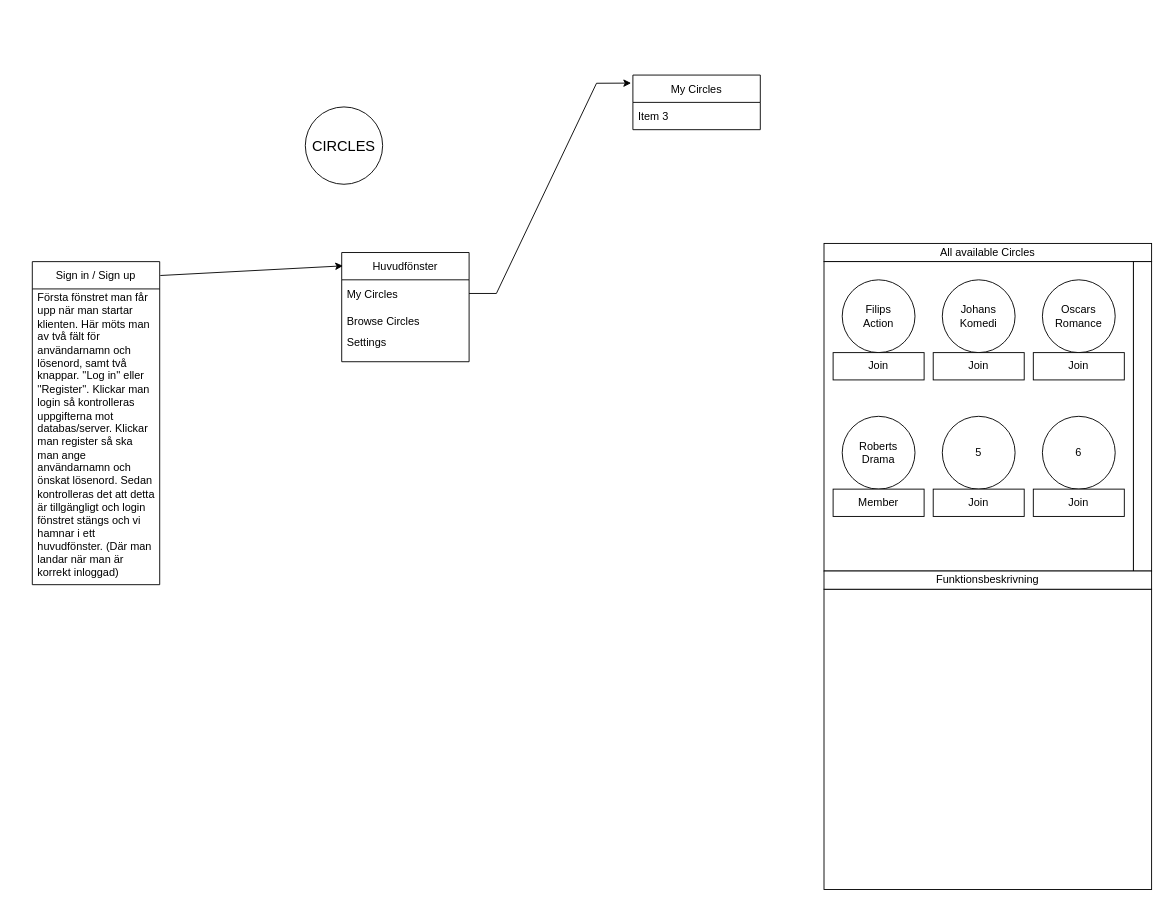
Before: Diagrams/mindmap.drawio in johanbergfalk/DAT055_circles, a draw.io diagram. Source tidied: cells renumbered, new cells numbered last; positions are measured from the earlier drawing's top-left corner, leaving out a move shared by most shapes. Both pictures are drawn from the tidied source at 91%, with x=0, y=0 at pixel (32, 75).
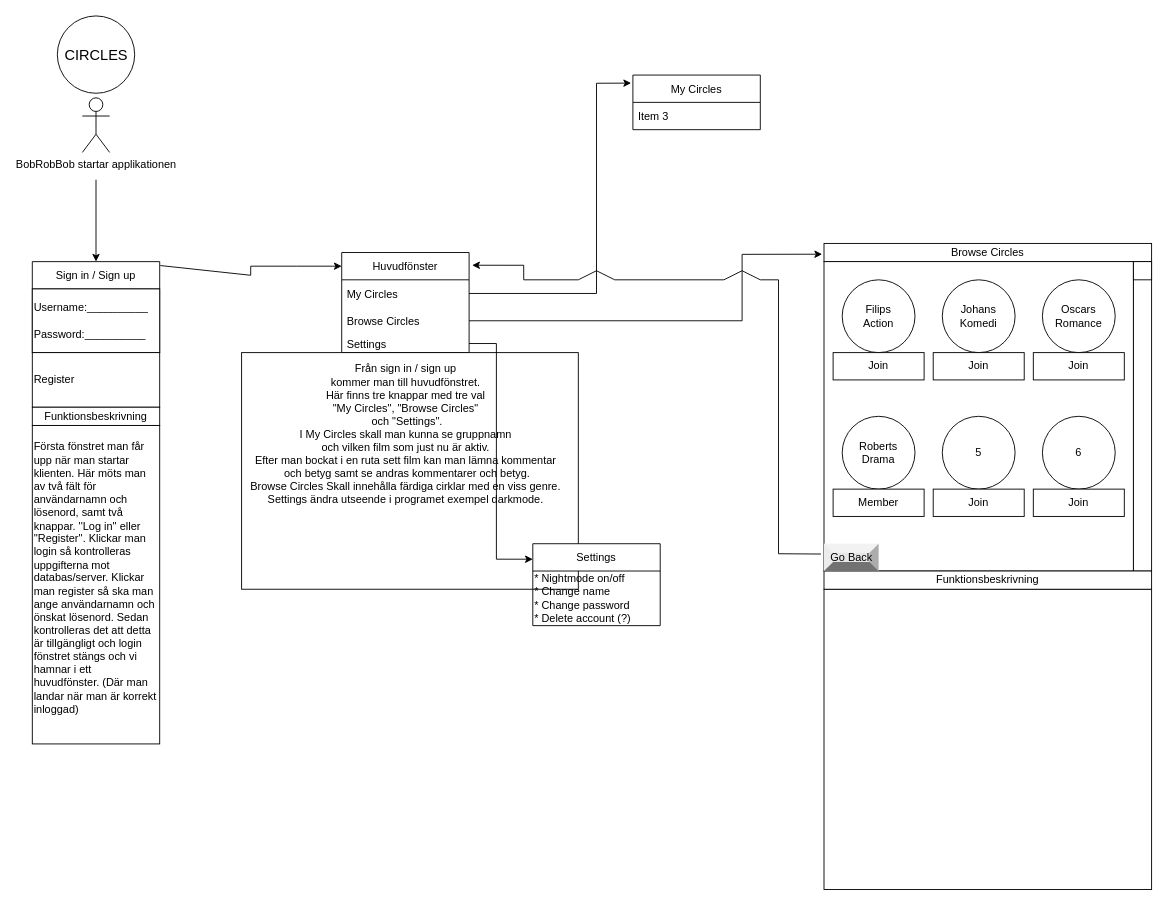
Above is the later version.

Unchanged cells that the change refers to:
```xml
<mxCell id="6" value="My Circles" style="text;strokeColor=none;fillColor=none;align=left;verticalAlign=middle;spacingLeft=4;spacingRight=4;overflow=hidden;points=[[0,0.5],[1,0.5]];portConstraint=eastwest;" parent="5" vertex="1">
  <mxGeometry y="30" width="140" height="30" as="geometry" />
</mxCell>
<mxCell id="7" value="Browse Circles" style="text;strokeColor=none;fillColor=none;align=left;verticalAlign=middle;spacingLeft=4;spacingRight=4;overflow=hidden;points=[[0,0.5],[1,0.5]];portConstraint=eastwest;" parent="5" vertex="1">
  <mxGeometry y="60" width="140" height="30" as="geometry" />
</mxCell>
<mxCell id="11" value="My Circles" style="swimlane;fontStyle=0;horizontal=1;startSize=30;" parent="1" vertex="1">
  <mxGeometry x="660" width="140" height="60" as="geometry" />
</mxCell>
<mxCell id="13" style="whiteSpace=wrap;html=1;" parent="1" vertex="1">
  <mxGeometry x="870" y="205" width="340" height="340" as="geometry" />
</mxCell>
```

Change to the diagram source:
```diff
@@
     <mxCell id="2" value="CIRCLES" style="ellipse;whiteSpace=wrap;html=1;rounded=0;fontSize=16;strokeColor=#000000;fillColor=#FFFFFF;" parent="1" vertex="1">
-      <mxGeometry x="300" y="35" width="85" height="85" as="geometry" />
+      <mxGeometry x="27.5" y="-65" width="85" height="85" as="geometry" />
     </mxCell>
     <mxCell id="3" value="Sign in / Sign up" style="swimlane;fontStyle=0;horizontal=1;startSize=30;" parent="1" vertex="1">
-      <mxGeometry y="205" width="140" height="355" as="geometry" />
+      <mxGeometry y="205" width="140" height="100" as="geometry" />
     </mxCell>
-    <mxCell id="4" value="Första fönstret man får upp när man startar klienten. Här möts man av två fält för användarnamn och lösenord, samt två knappar. ''Log in'' eller ''Register''. Klickar man login så kontrolleras uppgifterna mot databas/server. Klickar man register så ska man ange användarnamn och önskat lösenord. Sedan kontrolleras det att detta är tillgängligt och login fönstret stängs och vi hamnar i ett huvudfönster. (Där man landar när man är korrekt inloggad)&#10;" style="text;strokeColor=none;fillColor=none;align=left;verticalAlign=middle;spacingLeft=4;spacingRight=4;overflow=hidden;whiteSpace=wrap;" parent="3" vertex="1">
-      <mxGeometry y="30" width="140" height="325" as="geometry" />
-    </mxCell>
+    <mxCell id="30" value="Username:__________&lt;br&gt;&lt;br&gt;Password:__________" style="rounded=0;whiteSpace=wrap;html=1;align=left;" parent="3" vertex="1">
+      <mxGeometry y="30" width="140" height="70" as="geometry" />
+    </mxCell>
     <mxCell id="5" value="Huvudfönster" style="swimlane;fontStyle=0;horizontal=1;startSize=30;" parent="1" vertex="1">
-      <mxGeometry x="340" y="195" width="140" height="120" as="geometry" />
+      <mxGeometry x="340" y="195" width="140" height="110" as="geometry" />
     </mxCell>
@@
-    <mxCell id="8" value="Settings&#10;" style="text;strokeColor=none;fillColor=none;align=left;verticalAlign=middle;spacingLeft=4;spacingRight=4;overflow=hidden;points=[[0,0.5],[1,0.5]];portConstraint=eastwest;" parent="5" vertex="1">
-      <mxGeometry y="90" width="140" height="30" as="geometry" />
+    <mxCell id="8" value="Settings " style="text;strokeColor=none;fillColor=none;align=left;verticalAlign=middle;spacingLeft=4;spacingRight=4;overflow=hidden;points=[[0,0.5],[1,0.5]];portConstraint=eastwest;" parent="5" vertex="1">
+      <mxGeometry y="90" width="140" height="20" as="geometry" />
     </mxCell>
-    <mxCell id="9" style="endArrow=classic;html=1;rounded=0;exitX=1.005;exitY=0.043;exitDx=0;exitDy=0;exitPerimeter=0;entryX=0.01;entryY=0.122;entryDx=0;entryDy=0;entryPerimeter=0;" parent="1" edge="1" source="3" target="5">
-      <mxGeometry relative="1" as="geometry" />
+    <mxCell id="9" style="endArrow=classic;html=1;rounded=0;exitX=1.005;exitY=0.043;exitDx=0;exitDy=0;exitPerimeter=0;" parent="1" edge="1" source="3">
+      <mxGeometry relative="1" as="geometry">
+        <mxPoint x="340" y="210" as="targetPoint" />
+        <Array as="points">
+          <mxPoint x="240" y="220" />
+          <mxPoint x="240" y="210" />
+          <mxPoint x="290" y="210" />
+          <mxPoint x="330" y="210" />
+        </Array>
+      </mxGeometry>
     </mxCell>
-    <mxCell id="10" value="All available Circles" style="rounded=0;whiteSpace=wrap;html=1;" parent="1" vertex="1">
+    <mxCell id="10" value="Browse Circles" style="rounded=0;whiteSpace=wrap;html=1;" parent="1" vertex="1">
       <mxGeometry x="870" y="185" width="360" height="20" as="geometry" />
     </mxCell>
@@
     <mxCell id="14" style="endArrow=classic;html=1;rounded=0;entryX=-0.014;entryY=0.147;entryDx=0;entryDy=0;entryPerimeter=0;exitX=1;exitY=0.5;exitDx=0;exitDy=0;" parent="1" edge="1" source="6" target="11">
       <mxGeometry relative="1" as="geometry">
         <Array as="points">
-          <mxPoint x="510" y="240" />
+          <mxPoint x="620" y="240" />
           <mxPoint x="620" y="9" />
         </Array>
       </mxGeometry>
     </mxCell>
@@
+    <mxCell id="31" style="endArrow=classic;html=1;rounded=0;exitX=1;exitY=0.5;exitDx=0;exitDy=0;entryX=-0.006;entryY=-0.024;entryDx=0;entryDy=0;entryPerimeter=0;" parent="1" edge="1" source="7" target="13">
+      <mxGeometry relative="1" as="geometry">
+        <Array as="points">
+          <mxPoint x="780" y="270" />
+          <mxPoint x="780" y="197" />
+        </Array>
+      </mxGeometry>
+    </mxCell>
+    <mxCell id="32" style="rounded=0;whiteSpace=wrap;html=1;" parent="1" vertex="1">
+      <mxGeometry x="1210" y="205" width="20" height="20" as="geometry" />
+    </mxCell>
+    <mxCell id="33" value="BobRobBob startar applikationen" style="shape=umlActor;verticalLabelPosition=bottom;verticalAlign=top;html=1;" parent="1" vertex="1">
+      <mxGeometry x="55" y="25" width="30" height="60" as="geometry" />
+    </mxCell>
+    <mxCell id="34" style="endArrow=classic;html=1;rounded=0;entryX=0.5;entryY=0;entryDx=0;entryDy=0;" parent="1" edge="1" target="3">
+      <mxGeometry relative="1" as="geometry">
+        <mxPoint x="70" y="115" as="sourcePoint" />
+      </mxGeometry>
+    </mxCell>
+    <mxCell id="35" style="rounded=0;whiteSpace=wrap;html=1;" parent="1" vertex="1">
+      <mxGeometry x="230" y="305" width="370" height="260" as="geometry" />
+    </mxCell>
+    <mxCell id="4" value="Första fönstret man får upp när man startar klienten. Här möts man av två fält för användarnamn och lösenord, samt två knappar. ''Log in'' eller ''Register''. Klickar man login så kontrolleras uppgifterna mot databas/server. Klickar man register så ska man ange användarnamn och önskat lösenord. Sedan kontrolleras det att detta är tillgängligt och login fönstret stängs och vi hamnar i ett huvudfönster. (Där man landar när man är korrekt inloggad)&lt;div style=&quot;padding: 0px ; margin: 0px&quot;&gt;&lt;br style=&quot;padding: 0px ; margin: 0px&quot;&gt;&lt;/div&gt;" style="rounded=0;whiteSpace=wrap;html=1;align=left;" parent="1" vertex="1">
+      <mxGeometry y="385" width="140" height="350" as="geometry" />
+    </mxCell>
+    <mxCell id="36" value="Från sign in / sign up&lt;br&gt;kommer man till huvudfönstret. &lt;br&gt;Här finns tre knappar med tre val&lt;br&gt;&quot;My Circles&quot;, &quot;Browse Circles&quot;&lt;br&gt;&amp;nbsp;och &quot;Settings&quot;.&lt;br&gt;I My Circles skall man kunna se gruppnamn &lt;br&gt;och vilken film som just nu är aktiv. &lt;br&gt;Efter man bockat i en ruta sett film kan man lämna kommentar&lt;br&gt;&amp;nbsp;och betyg samt se andras kommentarer och betyg. &lt;br&gt;Browse Circles Skall innehålla färdiga cirklar med en viss genre.&lt;br&gt;Settings ändra utseende i programet exempel darkmode." style="text;html=1;align=center;verticalAlign=middle;strokeColor=none;fillColor=none;" parent="1" vertex="1">
+      <mxGeometry x="230" y="315" width="360" height="160" as="geometry" />
+    </mxCell>
+    <mxCell id="37" value="Go Back" style="labelPosition=center;verticalLabelPosition=middle;align=center;html=1;shape=mxgraph.basic.shaded_button;dx=10;fillColor=#E6E6E6;strokeColor=none;" parent="1" vertex="1">
+      <mxGeometry x="870" y="515" width="60" height="30" as="geometry" />
+    </mxCell>
+    <mxCell id="38" value="Register" style="rounded=0;whiteSpace=wrap;html=1;align=left;" parent="1" vertex="1">
+      <mxGeometry y="305" width="140" height="60" as="geometry" />
+    </mxCell>
+    <mxCell id="39" value="Settings" style="swimlane;fontStyle=0;horizontal=1;startSize=30;" parent="1" vertex="1">
+      <mxGeometry x="550" y="515" width="140" height="90" as="geometry" />
+    </mxCell>
+    <mxCell id="40" value="* Nightmode on/off&lt;br&gt;* Change name&lt;br&gt;* Change password&lt;br&gt;* Delete account (?)" style="text;html=1;align=left;verticalAlign=middle;strokeColor=none;fillColor=none;" parent="39" vertex="1">
+      <mxGeometry y="30" width="140" height="60" as="geometry" />
+    </mxCell>
+    <mxCell id="41" value="Funktionsbeskrivning" style="rounded=0;whiteSpace=wrap;html=1;" parent="1" vertex="1">
+      <mxGeometry y="365" width="140" height="20" as="geometry" />
+    </mxCell>
+    <mxCell id="42" style="endArrow=classic;html=1;rounded=0;exitX=-0.056;exitY=0.378;exitDx=0;exitDy=0;exitPerimeter=0;entryX=1.024;entryY=0.127;entryDx=0;entryDy=0;entryPerimeter=0;" parent="1" edge="1" source="37" target="5">
+      <mxGeometry relative="1" as="geometry">
+        <Array as="points">
+          <mxPoint x="820" y="526" />
+          <mxPoint x="820" y="225" />
+          <mxPoint x="800" y="225" />
+          <mxPoint x="780" y="215" />
+          <mxPoint x="760" y="225" />
+          <mxPoint x="640" y="225" />
+          <mxPoint x="620" y="215" />
+          <mxPoint x="600" y="225" />
+          <mxPoint x="540" y="225" />
+          <mxPoint x="540" y="209" />
+        </Array>
+      </mxGeometry>
+    </mxCell>
+    <mxCell id="43" style="endArrow=classic;html=1;rounded=0;exitX=1;exitY=0.5;exitDx=0;exitDy=0;" parent="1" edge="1" source="8">
+      <mxGeometry relative="1" as="geometry">
+        <mxPoint x="550" y="532" as="targetPoint" />
+        <Array as="points">
+          <mxPoint x="510" y="295" />
+          <mxPoint x="510" y="532" />
+        </Array>
+      </mxGeometry>
+    </mxCell>
```
